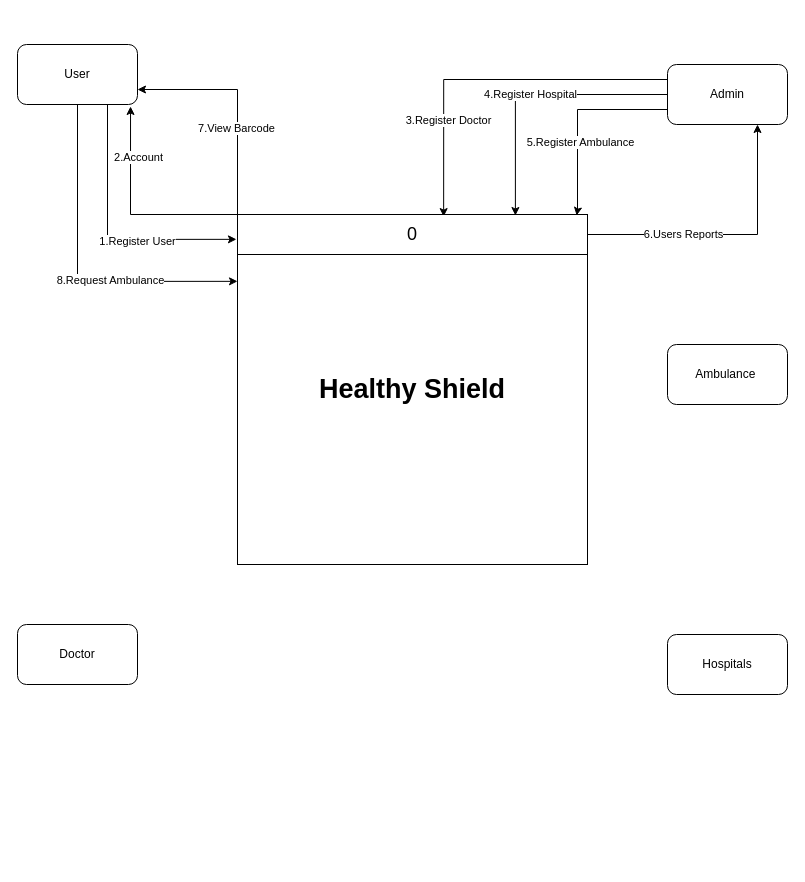
The draw.io diagram Context.drawio in abdelrahmanbonna/Healthy_Shield_Analysis, before the edit. Source tidied: cells renumbered, new cells numbered last; positions are measured from the earlier drawing's top-left corner, leaving out a move shared by most shapes. Both pictures are drawn from the tidied source at 100%, with x=0, y=0 at pixel (17, 44).
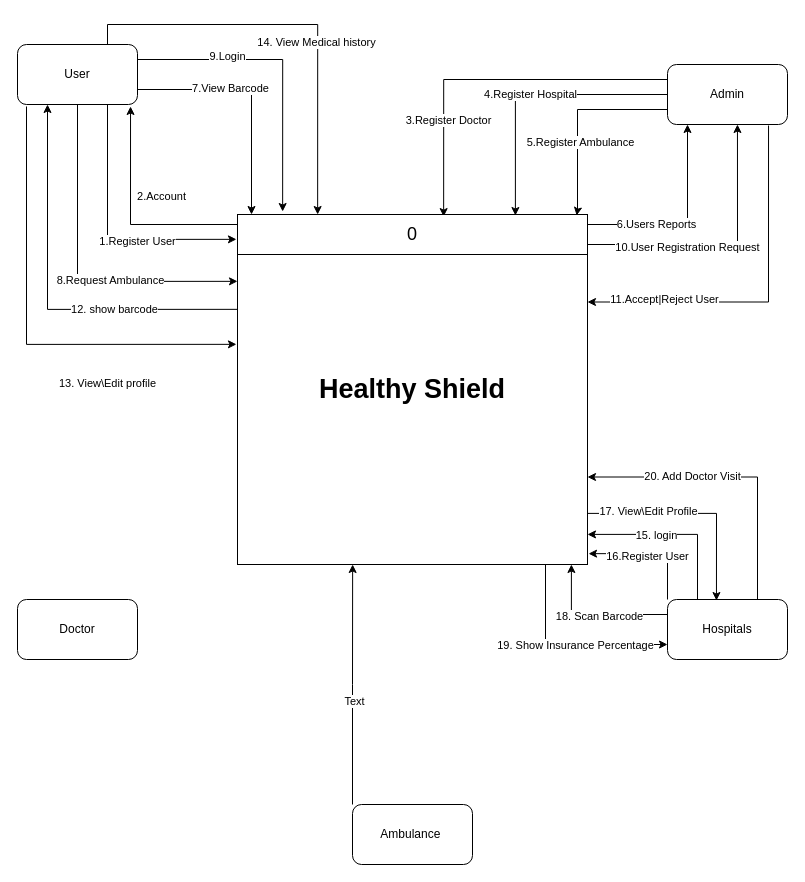
Above is the later version.

Unchanged cells that the change refers to:
```xml
<mxCell id="4" value="&lt;font style=&quot;font-size: 27px&quot;&gt;&lt;b&gt;Healthy Shield&lt;/b&gt;&lt;/font&gt;" style="whiteSpace=wrap;html=1;" parent="1" vertex="1">
  <mxGeometry x="220" y="170" width="350" height="350" as="geometry" />
</mxCell>
<mxCell id="9" value="User" style="rounded=1;whiteSpace=wrap;html=1;" parent="1" vertex="1">
  <mxGeometry width="120" height="60" as="geometry" />
</mxCell>
<mxCell id="18" value="Admin" style="rounded=1;whiteSpace=wrap;html=1;" parent="1" vertex="1">
  <mxGeometry x="650" y="20" width="120" height="60" as="geometry" />
</mxCell>
<mxCell id="23" value="&lt;font style=&quot;font-size: 18px&quot;&gt;0&lt;/font&gt;" style="rounded=0;whiteSpace=wrap;html=1;" parent="1" vertex="1">
  <mxGeometry x="220" y="170" width="350" height="40" as="geometry" />
</mxCell>
```

Change to the diagram source:
```diff
@@
-    <mxCell id="2" style="edgeStyle=orthogonalEdgeStyle;rounded=0;jettySize=auto;html=1;exitX=0;exitY=0;exitDx=0;exitDy=0;entryX=0.942;entryY=1.033;entryDx=0;entryDy=0;entryPerimeter=0;" parent="1" edge="1" source="4" target="9">
+    <mxCell id="2" style="edgeStyle=orthogonalEdgeStyle;rounded=0;jettySize=auto;html=1;exitX=0;exitY=0.25;exitDx=0;exitDy=0;entryX=0.942;entryY=1.033;entryDx=0;entryDy=0;entryPerimeter=0;" parent="1" edge="1" source="23" target="9">
       <mxGeometry relative="1" as="geometry">
         <Array as="points">
-          <mxPoint x="113" y="170" />
+          <mxPoint x="113" y="180" />
         </Array>
       </mxGeometry>
     </mxCell>
@@
+    <mxCell id="24" style="edgeStyle=orthogonalEdgeStyle;rounded=0;jettySize=auto;html=1;exitX=0;exitY=0.271;exitDx=0;exitDy=0;entryX=0.25;entryY=1;entryDx=0;entryDy=0;exitPerimeter=0;" parent="1" edge="1" source="4" target="9">
+      <mxGeometry relative="1" as="geometry" />
+    </mxCell>
+    <mxCell id="25" value="12. show barcode" style="edgeLabel;html=1;align=center;verticalAlign=middle;" parent="24" vertex="1">
+      <mxGeometry x="-0.37" relative="1" as="geometry" />
+    </mxCell>
+    <mxCell id="26" style="edgeStyle=orthogonalEdgeStyle;rounded=0;jettySize=auto;html=1;exitX=1;exitY=0.854;exitDx=0;exitDy=0;entryX=0.408;entryY=0.017;entryDx=0;entryDy=0;entryPerimeter=0;exitPerimeter=0;" parent="1" edge="1" source="4" target="11">
+      <mxGeometry relative="1" as="geometry" />
+    </mxCell>
+    <mxCell id="27" value="17. View\Edit Profile" style="edgeLabel;html=1;align=center;verticalAlign=middle;" parent="26" vertex="1">
+      <mxGeometry x="-0.63" y="2" relative="1" as="geometry">
+        <mxPoint x="20" as="offset" />
+      </mxGeometry>
+    </mxCell>
+    <mxCell id="28" style="edgeStyle=orthogonalEdgeStyle;rounded=0;jettySize=auto;html=1;exitX=0.88;exitY=0.997;exitDx=0;exitDy=0;entryX=0;entryY=0.75;entryDx=0;entryDy=0;exitPerimeter=0;" parent="1" edge="1" source="4" target="11">
+      <mxGeometry relative="1" as="geometry" />
+    </mxCell>
+    <mxCell id="29" value="19. Show Insurance Percentage" style="edgeLabel;html=1;align=center;verticalAlign=middle;" parent="28" vertex="1">
+      <mxGeometry x="-0.2" y="30" relative="1" as="geometry">
+        <mxPoint x="30" y="30" as="offset" />
+      </mxGeometry>
+    </mxCell>
@@
+    <mxCell id="30" style="edgeStyle=orthogonalEdgeStyle;rounded=0;jettySize=auto;html=1;exitX=1;exitY=0.25;exitDx=0;exitDy=0;entryX=0.129;entryY=-0.075;entryDx=0;entryDy=0;entryPerimeter=0;" parent="1" edge="1" source="9" target="23">
+      <mxGeometry relative="1" as="geometry" />
+    </mxCell>
+    <mxCell id="31" value="9.Login" style="edgeLabel;html=1;align=center;verticalAlign=middle;" parent="30" vertex="1">
+      <mxGeometry x="-0.4" y="4" relative="1" as="geometry" />
+    </mxCell>
+    <mxCell id="32" style="edgeStyle=orthogonalEdgeStyle;rounded=0;jettySize=auto;html=1;exitX=0.75;exitY=0;exitDx=0;exitDy=0;entryX=0.229;entryY=0;entryDx=0;entryDy=0;entryPerimeter=0;" parent="1" edge="1" source="9" target="23">
+      <mxGeometry relative="1" as="geometry" />
+    </mxCell>
+    <mxCell id="33" value="14. View Medical history" style="edgeLabel;html=1;align=center;verticalAlign=middle;" parent="32" vertex="1">
+      <mxGeometry x="0.18" y="-2" relative="1" as="geometry" />
+    </mxCell>
+    <mxCell id="34" style="edgeStyle=orthogonalEdgeStyle;rounded=0;jettySize=auto;html=1;exitX=0.075;exitY=1.033;exitDx=0;exitDy=0;entryX=-0.003;entryY=0.371;entryDx=0;entryDy=0;entryPerimeter=0;exitPerimeter=0;" parent="1" edge="1" source="9" target="4">
+      <mxGeometry relative="1" as="geometry">
+        <Array as="points">
+          <mxPoint x="9" y="300" />
+        </Array>
+      </mxGeometry>
+    </mxCell>
+    <mxCell id="35" value="13. View\Edit profile" style="edgeLabel;html=1;align=center;verticalAlign=middle;" parent="34" vertex="1">
+      <mxGeometry x="0.06" y="40" relative="1" as="geometry">
+        <mxPoint x="40" y="40" as="offset" />
+      </mxGeometry>
+    </mxCell>
@@
     <mxCell id="10" value="Doctor" style="rounded=1;whiteSpace=wrap;html=1;" parent="1" vertex="1">
-      <mxGeometry y="580" width="120" height="60" as="geometry" />
+      <mxGeometry y="555" width="120" height="60" as="geometry" />
     </mxCell>
+    <mxCell id="36" style="edgeStyle=orthogonalEdgeStyle;rounded=0;jettySize=auto;html=1;exitX=0.25;exitY=0;exitDx=0;exitDy=0;entryX=1;entryY=0.914;entryDx=0;entryDy=0;entryPerimeter=0;" parent="1" edge="1" source="11" target="4">
+      <mxGeometry relative="1" as="geometry" />
+    </mxCell>
+    <mxCell id="37" value="15. login" style="edgeLabel;html=1;align=center;verticalAlign=middle;" parent="36" vertex="1">
+      <mxGeometry x="0.22" y="1" relative="1" as="geometry" />
+    </mxCell>
+    <mxCell id="38" style="edgeStyle=orthogonalEdgeStyle;rounded=0;jettySize=auto;html=1;exitX=0;exitY=0;exitDx=0;exitDy=0;entryX=1.003;entryY=0.969;entryDx=0;entryDy=0;entryPerimeter=0;" parent="1" edge="1" source="11" target="4">
+      <mxGeometry relative="1" as="geometry">
+        <Array as="points">
+          <mxPoint x="650" y="509" />
+        </Array>
+      </mxGeometry>
+    </mxCell>
+    <mxCell id="39" value="16.Register User" style="edgeLabel;html=1;align=center;verticalAlign=middle;" parent="38" vertex="1">
+      <mxGeometry x="0.2" y="2" relative="1" as="geometry">
+        <mxPoint x="9.2" as="offset" />
+      </mxGeometry>
+    </mxCell>
+    <mxCell id="40" style="edgeStyle=orthogonalEdgeStyle;rounded=0;jettySize=auto;html=1;exitX=0;exitY=0.25;exitDx=0;exitDy=0;entryX=0.954;entryY=1;entryDx=0;entryDy=0;entryPerimeter=0;" parent="1" edge="1" source="11" target="4">
+      <mxGeometry relative="1" as="geometry" />
+    </mxCell>
+    <mxCell id="41" value="18. Scan Barcode" style="edgeLabel;html=1;align=center;verticalAlign=middle;" parent="40" vertex="1">
+      <mxGeometry x="-0.06" y="1" relative="1" as="geometry" />
+    </mxCell>
+    <mxCell id="42" style="edgeStyle=orthogonalEdgeStyle;rounded=0;jettySize=auto;html=1;exitX=0.75;exitY=0;exitDx=0;exitDy=0;entryX=1;entryY=0.75;entryDx=0;entryDy=0;" parent="1" edge="1" source="11" target="4">
+      <mxGeometry relative="1" as="geometry" />
+    </mxCell>
+    <mxCell id="43" value="20. Add Doctor Visit" style="edgeLabel;html=1;align=center;verticalAlign=middle;" parent="42" vertex="1">
+      <mxGeometry x="0.29" y="-1" relative="1" as="geometry">
+        <mxPoint x="1" as="offset" />
+      </mxGeometry>
+    </mxCell>
     <mxCell id="11" value="Hospitals" style="rounded=1;whiteSpace=wrap;html=1;" parent="1" vertex="1">
-      <mxGeometry x="650" y="590" width="120" height="60" as="geometry" />
+      <mxGeometry x="650" y="555" width="120" height="60" as="geometry" />
     </mxCell>
+    <mxCell id="44" style="edgeStyle=orthogonalEdgeStyle;rounded=0;jettySize=auto;html=1;exitX=0;exitY=0;exitDx=0;exitDy=0;entryX=0.329;entryY=1;entryDx=0;entryDy=0;entryPerimeter=0;" parent="1" edge="1" source="12" target="4">
+      <mxGeometry relative="1" as="geometry" />
+    </mxCell>
+    <mxCell id="45" value="Text" style="edgeLabel;html=1;align=center;verticalAlign=middle;" parent="44" vertex="1">
+      <mxGeometry y="-16" relative="1" as="geometry">
+        <mxPoint x="-15" y="16" as="offset" />
+      </mxGeometry>
+    </mxCell>
     <mxCell id="12" value="Ambulance&amp;nbsp;" style="rounded=1;whiteSpace=wrap;html=1;" parent="1" vertex="1">
-      <mxGeometry x="650" y="300" width="120" height="60" as="geometry" />
+      <mxGeometry x="335" y="760" width="120" height="60" as="geometry" />
     </mxCell>
@@
+    <mxCell id="46" style="edgeStyle=orthogonalEdgeStyle;rounded=0;jettySize=auto;html=1;exitX=0.842;exitY=1.017;exitDx=0;exitDy=0;entryX=1;entryY=0.25;entryDx=0;entryDy=0;exitPerimeter=0;" parent="1" edge="1" source="18" target="4">
+      <mxGeometry relative="1" as="geometry" />
+    </mxCell>
+    <mxCell id="47" value="11.Accept|Reject User" style="edgeLabel;html=1;align=center;verticalAlign=middle;" parent="46" vertex="1">
+      <mxGeometry x="0.57" y="-3" relative="1" as="geometry" />
+    </mxCell>
@@
-    <mxCell id="19" style="edgeStyle=orthogonalEdgeStyle;rounded=0;jettySize=auto;html=1;exitX=1;exitY=0.5;exitDx=0;exitDy=0;entryX=0.75;entryY=1;entryDx=0;entryDy=0;" parent="1" edge="1" source="23" target="18">
-      <mxGeometry relative="1" as="geometry" />
+    <mxCell id="19" style="edgeStyle=orthogonalEdgeStyle;rounded=0;jettySize=auto;html=1;exitX=1;exitY=0.25;exitDx=0;exitDy=0;" parent="1" edge="1" source="23">
+      <mxGeometry relative="1" as="geometry">
+        <mxPoint x="670" y="80" as="targetPoint" />
+        <Array as="points">
+          <mxPoint x="670" y="180" />
+          <mxPoint x="670" y="80" />
+        </Array>
+      </mxGeometry>
     </mxCell>
@@
-    <mxCell id="21" style="edgeStyle=orthogonalEdgeStyle;rounded=0;jettySize=auto;html=1;exitX=0;exitY=0;exitDx=0;exitDy=0;entryX=1;entryY=0.75;entryDx=0;entryDy=0;" parent="1" edge="1" source="23" target="9">
+    <mxCell id="21" style="edgeStyle=orthogonalEdgeStyle;rounded=0;jettySize=auto;html=1;exitX=1;exitY=0.75;exitDx=0;exitDy=0;entryX=0.04;entryY=0;entryDx=0;entryDy=0;entryPerimeter=0;" parent="1" edge="1" source="9" target="23">
       <mxGeometry relative="1" as="geometry" />
     </mxCell>
@@
+    <mxCell id="48" style="edgeStyle=orthogonalEdgeStyle;rounded=0;jettySize=auto;html=1;exitX=1;exitY=0.75;exitDx=0;exitDy=0;entryX=0.583;entryY=1;entryDx=0;entryDy=0;entryPerimeter=0;" parent="1" edge="1" source="23" target="18">
+      <mxGeometry relative="1" as="geometry" />
+    </mxCell>
+    <mxCell id="49" value="10.User Registration Request" style="edgeLabel;html=1;align=center;verticalAlign=middle;" parent="48" vertex="1">
+      <mxGeometry x="-0.27" y="-2" relative="1" as="geometry" />
+    </mxCell>
```
